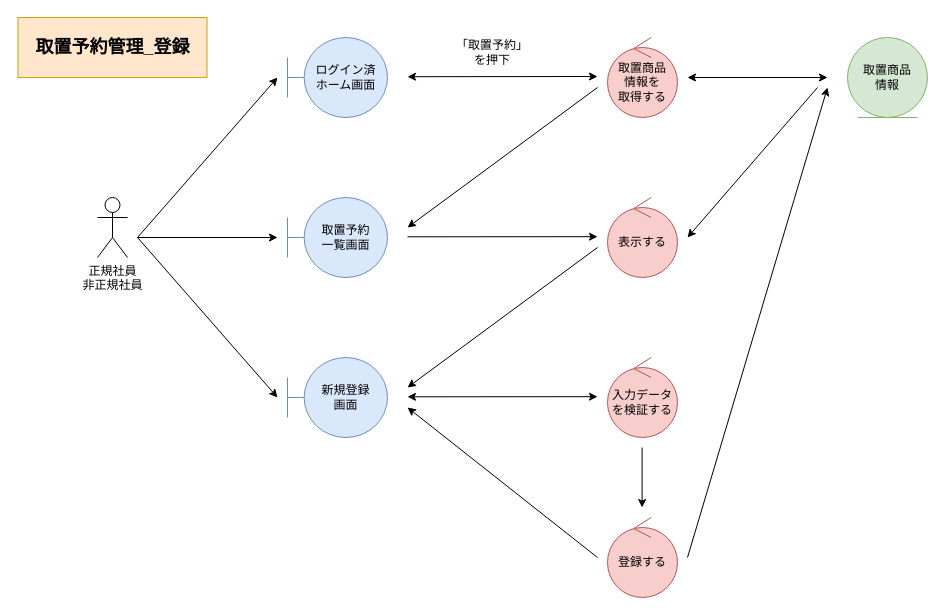
Before: page "*取置予約管理_登録" (1 of 4) of 各種設計書/3ロバストネス図/商品情報管理/3.取置予約管理.drawio in HaruShim/Sotuken, a draw.io diagram. Source tidied: cells renumbered, new cells numbered last; positions are measured from the earlier drawing's top-left corner, leaving out a move shared by most shapes. Both pictures are drawn from the tidied source at 100%, with x=0, y=0 at pixel (17, 17).
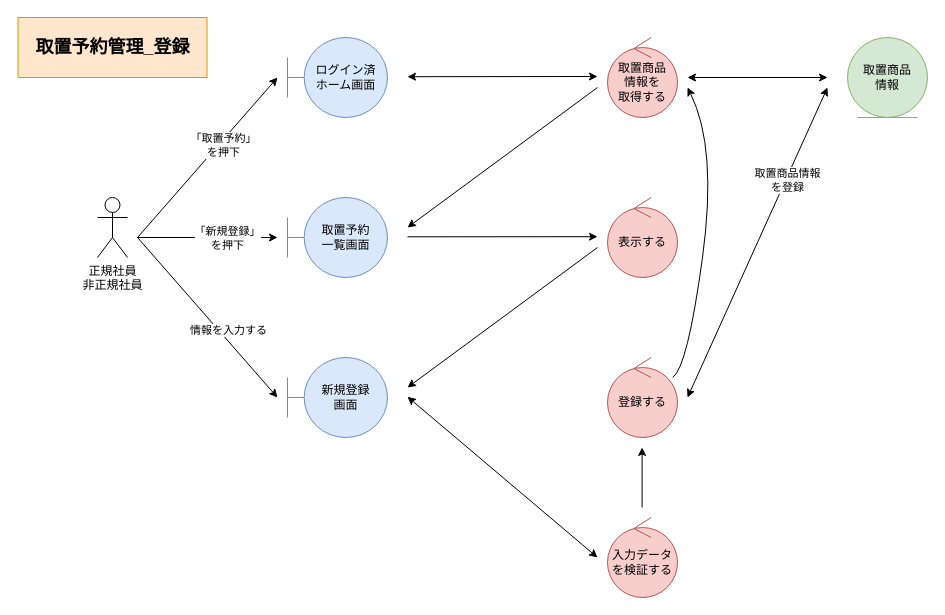
The same page after the edit.

Diff of the diagram source:
```diff
@@
-    <mxCell id="2" value="正規社員&lt;br&gt;非正規社員" style="shape=umlActor;verticalLabelPosition=bottom;verticalAlign=top;html=1;" parent="1" vertex="1">
-      <mxGeometry x="80" y="180" width="30" height="60" as="geometry" />
-    </mxCell>
+    <mxCell id="25" value="正規社員&lt;br&gt;非正規社員" style="shape=umlActor;verticalLabelPosition=bottom;verticalAlign=top;html=1;" parent="1" vertex="1">
+      <mxGeometry x="80" y="180" width="30" height="60" as="geometry" />
+    </mxCell>
@@
-    <mxCell id="7" style="endArrow=classic;html=1;rounded=0;startArrow=classic;startFill=1;" parent="1" edge="1">
-      <mxGeometry relative="1" as="geometry">
-        <mxPoint x="390" y="59.2" as="sourcePoint" />
-        <mxPoint x="580" y="59" as="targetPoint" />
-      </mxGeometry>
-    </mxCell>
+    <mxCell id="26" style="endArrow=classic;html=1;rounded=0;startArrow=classic;startFill=1;" parent="1" edge="1">
+      <mxGeometry relative="1" as="geometry">
+        <mxPoint x="390" y="59.2" as="sourcePoint" />
+        <mxPoint x="580" y="59" as="targetPoint" />
+      </mxGeometry>
+    </mxCell>
+    <mxCell id="27" style="endArrow=classic;html=1;rounded=0;" parent="1" edge="1">
+      <mxGeometry relative="1" as="geometry">
+        <mxPoint x="120" y="220" as="sourcePoint" />
+        <mxPoint x="260" y="60" as="targetPoint" />
+      </mxGeometry>
+    </mxCell>
-    <mxCell id="8" value="「取置予約」&lt;br&gt;を押下" style="text;html=1;strokeColor=none;fillColor=none;align=center;verticalAlign=middle;whiteSpace=wrap;rounded=0;" parent="1" vertex="1">
-      <mxGeometry x="420" y="20" width="110" height="30" as="geometry" />
+    <mxCell id="8" value="「取置予約」&lt;br&gt;を押下" style="edgeLabel;html=1;align=center;verticalAlign=middle;" parent="27" vertex="1">
+      <mxGeometry x="0.19" y="-4" relative="1" as="geometry" />
     </mxCell>
-    <mxCell id="9" style="endArrow=classic;html=1;rounded=0;" parent="1" edge="1">
-      <mxGeometry relative="1" as="geometry">
-        <mxPoint x="120" y="220" as="sourcePoint" />
-        <mxPoint x="260" y="60" as="targetPoint" />
-      </mxGeometry>
-    </mxCell>
-    <mxCell id="10" style="endArrow=classic;html=1;rounded=0;" parent="1" edge="1">
-      <mxGeometry relative="1" as="geometry">
-        <mxPoint x="120" y="220" as="sourcePoint" />
-        <mxPoint x="260" y="220" as="targetPoint" />
-      </mxGeometry>
-    </mxCell>
-    <mxCell id="11" style="endArrow=classic;html=1;rounded=0;startArrow=classic;startFill=1;" parent="1" edge="1">
-      <mxGeometry relative="1" as="geometry">
-        <mxPoint x="670" y="60" as="sourcePoint" />
-        <mxPoint x="810" y="60" as="targetPoint" />
-      </mxGeometry>
-    </mxCell>
-    <mxCell id="12" style="endArrow=classic;html=1;rounded=0;startArrow=none;startFill=0;endFill=1;" parent="1" edge="1">
-      <mxGeometry relative="1" as="geometry">
-        <mxPoint x="580" y="70" as="sourcePoint" />
-        <mxPoint x="390" y="210" as="targetPoint" />
-      </mxGeometry>
-    </mxCell>
+    <mxCell id="28" style="endArrow=classic;html=1;rounded=0;" parent="1" edge="1">
+      <mxGeometry relative="1" as="geometry">
+        <mxPoint x="120" y="220" as="sourcePoint" />
+        <mxPoint x="260" y="220" as="targetPoint" />
+      </mxGeometry>
+    </mxCell>
+    <mxCell id="29" value="「新規登録」&lt;br&gt;を押下" style="edgeLabel;html=1;align=center;verticalAlign=middle;" parent="28" vertex="1">
+      <mxGeometry x="0.4" y="-3" relative="1" as="geometry">
+        <mxPoint x="-9" y="-3" as="offset" />
+      </mxGeometry>
+    </mxCell>
+    <mxCell id="30" style="endArrow=classic;html=1;rounded=0;startArrow=classic;startFill=1;" parent="1" edge="1">
+      <mxGeometry relative="1" as="geometry">
+        <mxPoint x="670" y="60" as="sourcePoint" />
+        <mxPoint x="810" y="60" as="targetPoint" />
+      </mxGeometry>
+    </mxCell>
+    <mxCell id="31" style="endArrow=classic;html=1;rounded=0;startArrow=none;startFill=0;endFill=1;" parent="1" edge="1">
+      <mxGeometry relative="1" as="geometry">
+        <mxPoint x="580" y="70" as="sourcePoint" />
+        <mxPoint x="390" y="210" as="targetPoint" />
+      </mxGeometry>
+    </mxCell>
@@
-    <mxCell id="14" style="endArrow=classic;html=1;rounded=0;" parent="1" edge="1">
-      <mxGeometry relative="1" as="geometry">
-        <mxPoint x="390" y="219.3" as="sourcePoint" />
-        <mxPoint x="580" y="219.2" as="targetPoint" />
-      </mxGeometry>
-    </mxCell>
-    <mxCell id="15" style="endArrow=classic;html=1;rounded=0;" parent="1" edge="1">
-      <mxGeometry relative="1" as="geometry">
-        <mxPoint x="624.6" y="430" as="sourcePoint" />
-        <mxPoint x="624.6" y="490" as="targetPoint" />
-      </mxGeometry>
-    </mxCell>
+    <mxCell id="32" style="endArrow=classic;html=1;rounded=0;" parent="1" edge="1">
+      <mxGeometry relative="1" as="geometry">
+        <mxPoint x="390" y="219.3" as="sourcePoint" />
+        <mxPoint x="580" y="219.2" as="targetPoint" />
+      </mxGeometry>
+    </mxCell>
+    <mxCell id="33" style="endArrow=none;html=1;rounded=0;startArrow=classic;startFill=1;strokeColor=default;labelBackgroundColor=default;fontColor=default;endFill=0;" parent="1" edge="1">
+      <mxGeometry relative="1" as="geometry">
+        <mxPoint x="624.6" y="430" as="sourcePoint" />
+        <mxPoint x="624.6" y="490" as="targetPoint" />
+      </mxGeometry>
+    </mxCell>
@@
-    <mxCell id="17" style="endArrow=classic;html=1;rounded=0;startArrow=none;startFill=0;endFill=1;" parent="1" edge="1">
-      <mxGeometry relative="1" as="geometry">
-        <mxPoint x="580" y="230" as="sourcePoint" />
-        <mxPoint x="390" y="370" as="targetPoint" />
-      </mxGeometry>
-    </mxCell>
+    <mxCell id="34" style="endArrow=classic;html=1;rounded=0;startArrow=none;startFill=0;endFill=1;" parent="1" edge="1">
+      <mxGeometry relative="1" as="geometry">
+        <mxPoint x="580" y="230" as="sourcePoint" />
+        <mxPoint x="390" y="370" as="targetPoint" />
+      </mxGeometry>
+    </mxCell>
     <mxCell id="18" value="入力データを検証する" style="ellipse;shape=umlControl;whiteSpace=wrap;html=1;fillColor=#f8cecc;strokeColor=#b85450;" parent="1" vertex="1">
-      <mxGeometry x="590" y="340" width="70" height="80" as="geometry" />
+      <mxGeometry x="590" y="500" width="70" height="80" as="geometry" />
     </mxCell>
     <mxCell id="19" value="登録する" style="ellipse;shape=umlControl;whiteSpace=wrap;html=1;fillColor=#f8cecc;strokeColor=#b85450;" parent="1" vertex="1">
-      <mxGeometry x="590" y="500" width="70" height="80" as="geometry" />
+      <mxGeometry x="590" y="340" width="70" height="80" as="geometry" />
     </mxCell>
-    <mxCell id="20" style="endArrow=classic;html=1;rounded=0;" parent="1" edge="1">
-      <mxGeometry relative="1" as="geometry">
-        <mxPoint x="670" y="540" as="sourcePoint" />
-        <mxPoint x="810" y="70" as="targetPoint" />
-      </mxGeometry>
-    </mxCell>
-    <mxCell id="21" style="endArrow=classic;html=1;rounded=0;" parent="1" edge="1">
-      <mxGeometry relative="1" as="geometry">
-        <mxPoint x="580" y="540" as="sourcePoint" />
-        <mxPoint x="390" y="390" as="targetPoint" />
-      </mxGeometry>
-    </mxCell>
-    <mxCell id="22" style="endArrow=classic;html=1;rounded=0;" parent="1" edge="1">
-      <mxGeometry relative="1" as="geometry">
-        <mxPoint x="120" y="220" as="sourcePoint" />
-        <mxPoint x="260" y="380" as="targetPoint" />
-      </mxGeometry>
-    </mxCell>
-    <mxCell id="23" style="endArrow=classic;html=1;rounded=0;jumpStyle=none;startArrow=classic;startFill=1;" parent="1" edge="1">
-      <mxGeometry relative="1" as="geometry">
-        <mxPoint x="390" y="379.3" as="sourcePoint" />
-        <mxPoint x="580" y="379.2" as="targetPoint" />
-      </mxGeometry>
-    </mxCell>
-    <mxCell id="24" style="endArrow=classic;html=1;rounded=0;" parent="1" edge="1">
-      <mxGeometry relative="1" as="geometry">
-        <mxPoint x="800" y="70" as="sourcePoint" />
-        <mxPoint x="670" y="220" as="targetPoint" />
-      </mxGeometry>
-    </mxCell>
-    <mxCell id="25" value="取置予約管理_登録" style="rounded=0;whiteSpace=wrap;html=1;fillColor=#ffe6cc;strokeColor=#d79b00;fontStyle=1;fontSize=18;" parent="1" vertex="1">
-      <mxGeometry x="0.5" width="189" height="60" as="geometry" />
-    </mxCell>
+    <mxCell id="35" style="endArrow=classic;html=1;rounded=0;startArrow=classic;startFill=1;strokeColor=default;labelBackgroundColor=default;fontColor=default;" parent="1" edge="1">
+      <mxGeometry relative="1" as="geometry">
+        <mxPoint x="670" y="380" as="sourcePoint" />
+        <mxPoint x="810" y="70" as="targetPoint" />
+      </mxGeometry>
+    </mxCell>
+    <mxCell id="36" value="取置商品情報&lt;br&gt;を登録" style="edgeLabel;html=1;align=center;verticalAlign=middle;" parent="35" vertex="1">
+      <mxGeometry x="0.41" y="-2" relative="1" as="geometry">
+        <mxPoint x="-1" as="offset" />
+      </mxGeometry>
+    </mxCell>
+    <mxCell id="37" style="endArrow=classic;html=1;rounded=0;" parent="1" edge="1">
+      <mxGeometry relative="1" as="geometry">
+        <mxPoint x="120" y="220" as="sourcePoint" />
+        <mxPoint x="260" y="380" as="targetPoint" />
+      </mxGeometry>
+    </mxCell>
+    <mxCell id="38" value="情報を入力する" style="edgeLabel;html=1;align=center;verticalAlign=middle;" parent="37" vertex="1">
+      <mxGeometry x="0.14" y="-2" relative="1" as="geometry">
+        <mxPoint x="12" as="offset" />
+      </mxGeometry>
+    </mxCell>
+    <mxCell id="39" style="endArrow=classic;html=1;rounded=0;jumpStyle=none;startArrow=classic;startFill=1;" parent="1" edge="1">
+      <mxGeometry relative="1" as="geometry">
+        <mxPoint x="390" y="379.3" as="sourcePoint" />
+        <mxPoint x="580" y="540" as="targetPoint" />
+      </mxGeometry>
+    </mxCell>
+    <mxCell id="40" value="取置予約管理_登録" style="rounded=0;whiteSpace=wrap;html=1;fillColor=#ffe6cc;strokeColor=#d79b00;fontStyle=1;fontSize=18;" parent="1" vertex="1">
+      <mxGeometry x="0.5" width="189" height="60" as="geometry" />
+    </mxCell>
+    <mxCell id="41" style="curved=1;endArrow=classic;html=1;rounded=0;strokeColor=default;labelBackgroundColor=default;fontColor=default;" parent="1" edge="1" source="19">
+      <mxGeometry relative="1" as="geometry">
+        <mxPoint x="670" y="70" as="targetPoint" />
+        <Array as="points">
+          <mxPoint x="670" y="350" />
+          <mxPoint x="700" y="130" />
+        </Array>
+      </mxGeometry>
+    </mxCell>
```
